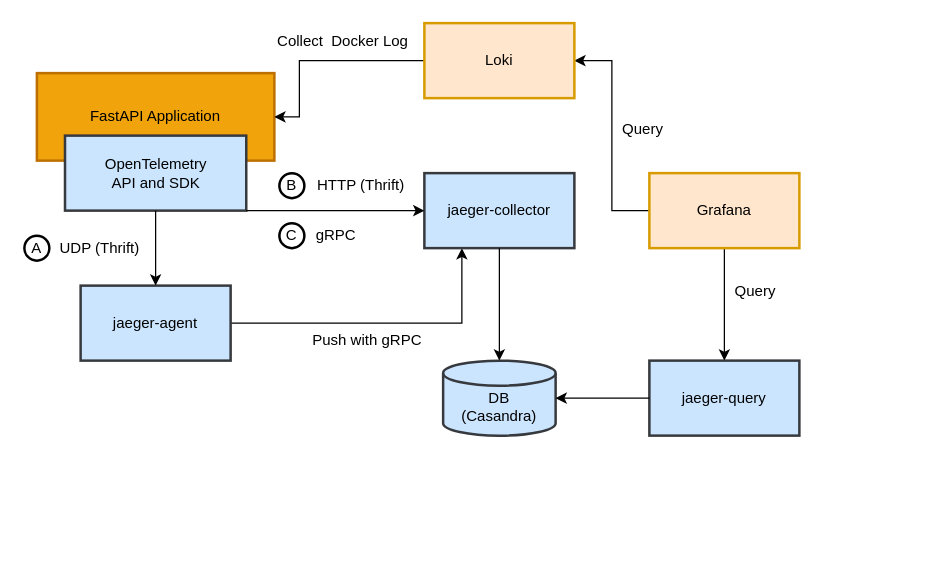
This is images/demo-arch-grafana.drawio from blueswen/fastapi-jaeger, a draw.io file, before an edit. Source tidied: cells renumbered, new cells numbered last; positions are measured from the earlier drawing's top-left corner, leaving out a move shared by most shapes. Both pictures are drawn from the tidied source at 125%, with x=0, y=0 at pixel (24, 22).
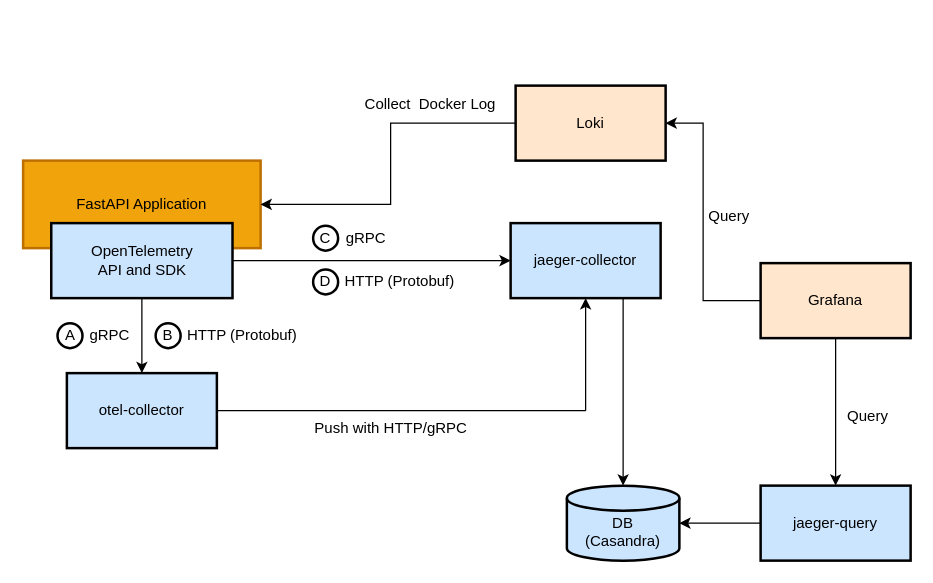
After the change.

The edit, as a diff of the source:
```diff
@@
-<mxGraphModel>
+<mxGraphModel background="#ffffff">
@@
     <mxCell id="2" value="FastAPI Application" style="rounded=0;whiteSpace=wrap;html=1;strokeWidth=2;fillColor=#f0a30a;fontColor=#000000;strokeColor=#BD7000;" parent="1" vertex="1">
-      <mxGeometry x="10" y="40" width="190" height="70" as="geometry" />
+      <mxGeometry x="-1" y="110" width="190" height="70" as="geometry" />
     </mxCell>
-    <mxCell id="3" value="OpenTelemetry&lt;br&gt;API and SDK" style="rounded=0;whiteSpace=wrap;html=1;strokeWidth=2;fillColor=#cce5ff;strokeColor=#36393d;" parent="1" vertex="1">
-      <mxGeometry x="32.5" y="90" width="145" height="60" as="geometry" />
+    <mxCell id="3" value="OpenTelemetry&lt;br&gt;API and SDK" style="rounded=0;whiteSpace=wrap;html=1;strokeWidth=2;fillColor=#cce5ff;strokeColor=#000000;fontColor=#000000;" parent="1" vertex="1">
+      <mxGeometry x="21.5" y="160" width="145" height="60" as="geometry" />
     </mxCell>
-    <mxCell id="4" style="edgeStyle=orthogonalEdgeStyle;rounded=0;jettySize=auto;html=1;exitX=1;exitY=0.5;exitDx=0;exitDy=0;entryX=0.25;entryY=1;entryDx=0;entryDy=0;" parent="1" edge="1" source="5" target="6">
-      <mxGeometry relative="1" as="geometry" />
-    </mxCell>
-    <mxCell id="5" value="jaeger-agent" style="rounded=0;whiteSpace=wrap;html=1;strokeWidth=2;fillColor=#cce5ff;strokeColor=#36393d;" parent="1" vertex="1">
-      <mxGeometry x="45" y="210" width="120" height="60" as="geometry" />
-    </mxCell>
+    <mxCell id="28" value="otel-collector" style="rounded=0;whiteSpace=wrap;html=1;strokeWidth=2;fillColor=#cce5ff;strokeColor=#000000;fontColor=#000000;" parent="1" vertex="1">
+      <mxGeometry x="34" y="280" width="120" height="60" as="geometry" />
+    </mxCell>
-    <mxCell id="6" value="jaeger-collector" style="rounded=0;whiteSpace=wrap;html=1;strokeWidth=2;fillColor=#cce5ff;strokeColor=#36393d;" parent="1" vertex="1">
-      <mxGeometry x="320" y="120" width="120" height="60" as="geometry" />
+    <mxCell id="6" value="jaeger-collector" style="rounded=0;whiteSpace=wrap;html=1;strokeWidth=2;fillColor=#cce5ff;strokeColor=#000000;fontColor=#000000;" parent="1" vertex="1">
+      <mxGeometry x="389" y="160" width="120" height="60" as="geometry" />
     </mxCell>
-    <mxCell id="7" value="&lt;br&gt;DB&lt;br&gt;(Casandra)" style="strokeWidth=2;html=1;shape=mxgraph.flowchart.database;whiteSpace=wrap;fillColor=#cce5ff;strokeColor=#36393d;" parent="1" vertex="1">
-      <mxGeometry x="335" y="270" width="90" height="60" as="geometry" />
+    <mxCell id="7" value="&lt;br&gt;DB&lt;br&gt;(Casandra)" style="strokeWidth=2;html=1;shape=mxgraph.flowchart.database;whiteSpace=wrap;fillColor=#cce5ff;strokeColor=#000000;fontColor=#000000;" parent="1" vertex="1">
+      <mxGeometry x="434" y="370" width="90" height="60" as="geometry" />
     </mxCell>
-    <mxCell id="8" value="jaeger-query" style="rounded=0;whiteSpace=wrap;html=1;strokeWidth=2;fillColor=#cce5ff;strokeColor=#36393d;" parent="1" vertex="1">
-      <mxGeometry x="500" y="270" width="120" height="60" as="geometry" />
+    <mxCell id="8" value="jaeger-query" style="rounded=0;whiteSpace=wrap;html=1;strokeWidth=2;fillColor=#cce5ff;strokeColor=#000000;fontColor=#000000;" parent="1" vertex="1">
+      <mxGeometry x="589" y="370" width="120" height="60" as="geometry" />
     </mxCell>
-    <mxCell id="9" style="endArrow=classic;html=1;rounded=0;exitX=0.5;exitY=1;exitDx=0;exitDy=0;entryX=0.5;entryY=0;entryDx=0;entryDy=0;entryPerimeter=0;" parent="1" edge="1" source="6" target="7">
+    <mxCell id="9" style="endArrow=classic;html=1;rounded=0;exitX=0.75;exitY=1;exitDx=0;exitDy=0;entryX=0.5;entryY=0;entryDx=0;entryDy=0;entryPerimeter=0;fontColor=#000000;strokeColor=#000000;" parent="1" edge="1" source="6" target="7">
       <mxGeometry relative="1" as="geometry" />
     </mxCell>
-    <mxCell id="10" style="endArrow=none;html=1;rounded=0;exitX=1;exitY=0.5;exitDx=0;exitDy=0;exitPerimeter=0;entryX=0;entryY=0.5;entryDx=0;entryDy=0;startArrow=classic;startFill=1;endFill=0;" parent="1" edge="1" source="7" target="8">
+    <mxCell id="10" style="endArrow=none;html=1;rounded=0;exitX=1;exitY=0.5;exitDx=0;exitDy=0;exitPerimeter=0;entryX=0;entryY=0.5;entryDx=0;entryDy=0;startArrow=classic;startFill=1;endFill=0;fontColor=#000000;strokeColor=#000000;" parent="1" edge="1" source="7" target="8">
       <mxGeometry relative="1" as="geometry" />
     </mxCell>
-    <mxCell id="11" style="endArrow=classic;html=1;rounded=0;exitX=0.5;exitY=1;exitDx=0;exitDy=0;entryX=0.5;entryY=0;entryDx=0;entryDy=0;" parent="1" edge="1" source="3" target="5">
-      <mxGeometry relative="1" as="geometry">
-        <Array as="points">
-          <mxPoint x="105" y="200" />
-        </Array>
-      </mxGeometry>
-    </mxCell>
+    <mxCell id="29" style="endArrow=classic;html=1;rounded=0;entryX=0.5;entryY=1;entryDx=0;entryDy=0;fontColor=#000000;strokeColor=#000000;" parent="1" edge="1" target="6">
+      <mxGeometry relative="1" as="geometry">
+        <mxPoint x="449" y="310" as="sourcePoint" />
+      </mxGeometry>
+    </mxCell>
+    <mxCell id="30" style="endArrow=none;html=1;rounded=0;entryX=1;entryY=0.5;entryDx=0;entryDy=0;fontColor=#000000;strokeColor=#000000;" parent="1" edge="1" target="28">
+      <mxGeometry relative="1" as="geometry">
+        <mxPoint x="449" y="310" as="sourcePoint" />
+      </mxGeometry>
+    </mxCell>
+    <mxCell id="31" style="endArrow=classic;html=1;rounded=0;exitX=0.5;exitY=1;exitDx=0;exitDy=0;entryX=0.5;entryY=0;entryDx=0;entryDy=0;fontColor=#000000;strokeColor=#000000;" parent="1" edge="1" source="3" target="28">
+      <mxGeometry relative="1" as="geometry">
+        <Array as="points">
+          <mxPoint x="94" y="270" />
+        </Array>
+      </mxGeometry>
+    </mxCell>
-    <mxCell id="12" style="endArrow=classic;html=1;rounded=0;entryX=0;entryY=0.5;entryDx=0;entryDy=0;exitX=1;exitY=1;exitDx=0;exitDy=0;" parent="1" edge="1" source="3" target="6">
+    <mxCell id="12" style="endArrow=classic;html=1;rounded=0;entryX=0;entryY=0.5;entryDx=0;entryDy=0;exitX=1;exitY=0.5;exitDx=0;exitDy=0;fontColor=#000000;strokeColor=#000000;" parent="1" edge="1" source="3" target="6">
       <mxGeometry relative="1" as="geometry" />
     </mxCell>
-    <mxCell id="13" value="UDP (Thrift)" style="text;html=1;align=center;verticalAlign=middle;fillColor=none;strokeColor=none;rounded=0;" parent="1" vertex="1">
-      <mxGeometry x="20" y="170" width="80" height="20" as="geometry" />
-    </mxCell>
-    <mxCell id="14" value="HTTP (Thrift)" style="text;html=1;align=center;verticalAlign=middle;fillColor=none;strokeColor=none;rounded=0;" parent="1" vertex="1">
-      <mxGeometry x="224" y="120" width="90" height="20" as="geometry" />
-    </mxCell>
-    <mxCell id="15" value="Push with gRPC" style="text;html=1;align=center;verticalAlign=middle;fillColor=none;strokeColor=none;rounded=0;" parent="1" vertex="1">
-      <mxGeometry x="224" y="244" width="100" height="20" as="geometry" />
-    </mxCell>
+    <mxCell id="32" value="gRPC" style="text;html=1;align=center;verticalAlign=middle;fillColor=none;strokeColor=none;rounded=0;fontColor=#000000;" parent="1" vertex="1">
+      <mxGeometry x="38" y="235" width="60" height="30" as="geometry" />
+    </mxCell>
+    <mxCell id="33" value="HTTP (Protobuf)" style="text;html=1;align=center;verticalAlign=middle;fillColor=none;strokeColor=none;rounded=0;fontColor=#000000;" parent="1" vertex="1">
+      <mxGeometry x="245" y="192" width="110" height="30" as="geometry" />
+    </mxCell>
+    <mxCell id="34" value="Push with HTTP/gRPC" style="text;html=1;align=center;verticalAlign=middle;fillColor=none;strokeColor=none;rounded=0;fontColor=#000000;" parent="1" vertex="1">
+      <mxGeometry x="218" y="309" width="150" height="30" as="geometry" />
+    </mxCell>
-    <mxCell id="16" value="A" style="ellipse;whiteSpace=wrap;html=1;strokeWidth=2;" parent="1" vertex="1">
-      <mxGeometry y="170" width="20" height="20" as="geometry" />
+    <mxCell id="16" value="A" style="ellipse;whiteSpace=wrap;html=1;strokeWidth=2;fontColor=#000000;strokeColor=#000000;fillColor=#FFFFFF;" parent="1" vertex="1">
+      <mxGeometry x="26.5" y="240" width="20" height="20" as="geometry" />
     </mxCell>
+    <mxCell id="35" value="D" style="ellipse;whiteSpace=wrap;html=1;strokeWidth=2;fontColor=#000000;strokeColor=#000000;fillColor=#FFFFFF;" parent="1" vertex="1">
+      <mxGeometry x="231" y="197" width="20" height="20" as="geometry" />
+    </mxCell>
+    <mxCell id="18" value="C" style="ellipse;whiteSpace=wrap;html=1;strokeWidth=2;fontColor=#000000;strokeColor=#000000;fillColor=#FFFFFF;" parent="1" vertex="1">
+      <mxGeometry x="231" y="162" width="20" height="20" as="geometry" />
+    </mxCell>
+    <mxCell id="36" value="gRPC" style="text;html=1;align=center;verticalAlign=middle;fillColor=none;strokeColor=none;rounded=0;fontColor=#000000;" parent="1" vertex="1">
+      <mxGeometry x="248" y="162" width="50" height="20" as="geometry" />
+    </mxCell>
+    <mxCell id="37" value="HTTP (Protobuf)" style="text;html=1;align=center;verticalAlign=middle;fillColor=none;strokeColor=none;rounded=0;fontColor=#000000;" parent="1" vertex="1">
+      <mxGeometry x="119" y="235" width="110" height="30" as="geometry" />
+    </mxCell>
-    <mxCell id="17" value="B" style="ellipse;whiteSpace=wrap;html=1;strokeWidth=2;" parent="1" vertex="1">
-      <mxGeometry x="204" y="120" width="20" height="20" as="geometry" />
+    <mxCell id="17" value="B" style="ellipse;whiteSpace=wrap;html=1;strokeWidth=2;fontColor=#000000;strokeColor=#000000;fillColor=#FFFFFF;" parent="1" vertex="1">
+      <mxGeometry x="105" y="240" width="20" height="20" as="geometry" />
     </mxCell>
-    <mxCell id="18" value="C" style="ellipse;whiteSpace=wrap;html=1;strokeWidth=2;" parent="1" vertex="1">
-      <mxGeometry x="204" y="160" width="20" height="20" as="geometry" />
-    </mxCell>
-    <mxCell id="19" value="gRPC" style="text;html=1;align=center;verticalAlign=middle;fillColor=none;strokeColor=none;rounded=0;" parent="1" vertex="1">
-      <mxGeometry x="224" y="160" width="50" height="20" as="geometry" />
-    </mxCell>
-    <mxCell id="20" style="edgeStyle=orthogonalEdgeStyle;rounded=0;jettySize=auto;html=1;exitX=0;exitY=0.5;exitDx=0;exitDy=0;entryX=1;entryY=0.5;entryDx=0;entryDy=0;" parent="1" edge="1" source="22" target="24">
+    <mxCell id="20" style="edgeStyle=orthogonalEdgeStyle;rounded=0;jettySize=auto;html=1;exitX=0;exitY=0.5;exitDx=0;exitDy=0;entryX=1;entryY=0.5;entryDx=0;entryDy=0;fontColor=#000000;strokeColor=#000000;" parent="1" edge="1" source="22" target="24">
       <mxGeometry relative="1" as="geometry">
         <Array as="points">
-          <mxPoint x="470" y="150" />
-          <mxPoint x="470" y="30" />
+          <mxPoint x="543" y="222" />
+          <mxPoint x="543" y="80" />
         </Array>
       </mxGeometry>
     </mxCell>
-    <mxCell id="21" style="edgeStyle=orthogonalEdgeStyle;rounded=0;jettySize=auto;html=1;exitX=0.5;exitY=1;exitDx=0;exitDy=0;entryX=0.5;entryY=0;entryDx=0;entryDy=0;" parent="1" edge="1" source="22" target="8">
+    <mxCell id="21" style="edgeStyle=orthogonalEdgeStyle;rounded=0;jettySize=auto;html=1;exitX=0.5;exitY=1;exitDx=0;exitDy=0;entryX=0.5;entryY=0;entryDx=0;entryDy=0;fontColor=#000000;strokeColor=#000000;" parent="1" edge="1" source="22" target="8">
       <mxGeometry relative="1" as="geometry" />
     </mxCell>
-    <mxCell id="22" value="Grafana" style="rounded=0;whiteSpace=wrap;html=1;fillColor=#ffe6cc;strokeColor=#d79b00;strokeWidth=2;" parent="1" vertex="1">
-      <mxGeometry x="500" y="120" width="120" height="60" as="geometry" />
+    <mxCell id="22" value="Grafana" style="rounded=0;whiteSpace=wrap;html=1;fillColor=#ffe6cc;strokeColor=#000000;strokeWidth=2;fontColor=#000000;" parent="1" vertex="1">
+      <mxGeometry x="589" y="192" width="120" height="60" as="geometry" />
     </mxCell>
-    <mxCell id="23" style="edgeStyle=orthogonalEdgeStyle;rounded=0;jettySize=auto;html=1;exitX=0;exitY=0.5;exitDx=0;exitDy=0;entryX=1;entryY=0.5;entryDx=0;entryDy=0;" parent="1" edge="1" source="24" target="2">
+    <mxCell id="23" style="edgeStyle=orthogonalEdgeStyle;rounded=0;jettySize=auto;html=1;exitX=0;exitY=0.5;exitDx=0;exitDy=0;entryX=1;entryY=0.5;entryDx=0;entryDy=0;fontColor=#000000;strokeColor=#000000;" parent="1" edge="1" source="24" target="2">
       <mxGeometry relative="1" as="geometry">
         <Array as="points">
-          <mxPoint x="220" y="30" />
-          <mxPoint x="220" y="75" />
+          <mxPoint x="293" y="80" />
+          <mxPoint x="293" y="145" />
         </Array>
       </mxGeometry>
     </mxCell>
-    <mxCell id="24" value="Loki" style="rounded=0;whiteSpace=wrap;html=1;fillColor=#ffe6cc;strokeColor=#d79b00;strokeWidth=2;" parent="1" vertex="1">
-      <mxGeometry x="320" width="120" height="60" as="geometry" />
+    <mxCell id="24" value="Loki" style="rounded=0;whiteSpace=wrap;html=1;fillColor=#ffe6cc;strokeColor=#000000;strokeWidth=2;fontColor=#000000;" parent="1" vertex="1">
+      <mxGeometry x="393" y="50" width="120" height="60" as="geometry" />
     </mxCell>
-    <mxCell id="25" value="Collect&amp;nbsp; Docker Log" style="text;html=1;strokeColor=none;fillColor=none;align=center;verticalAlign=middle;whiteSpace=wrap;rounded=0;strokeWidth=2;" parent="1" vertex="1">
-      <mxGeometry x="200" width="110" height="30" as="geometry" />
+    <mxCell id="25" value="Collect&amp;nbsp; Docker Log" style="text;html=1;strokeColor=none;fillColor=none;align=center;verticalAlign=middle;whiteSpace=wrap;rounded=0;strokeWidth=2;fontColor=#000000;" parent="1" vertex="1">
+      <mxGeometry x="270" y="50" width="110" height="30" as="geometry" />
     </mxCell>
-    <mxCell id="26" value="Query" style="text;html=1;strokeColor=none;fillColor=none;align=center;verticalAlign=middle;whiteSpace=wrap;rounded=0;strokeWidth=2;" parent="1" vertex="1">
-      <mxGeometry x="470" y="70" width="50" height="30" as="geometry" />
-    </mxCell>
-    <mxCell id="27" value="Query" style="text;html=1;strokeColor=none;fillColor=none;align=center;verticalAlign=middle;whiteSpace=wrap;rounded=0;strokeWidth=2;" parent="1" vertex="1">
-      <mxGeometry x="560" y="200" width="50" height="30" as="geometry" />
-    </mxCell>
+    <mxCell id="38" value="Query" style="text;html=1;strokeColor=none;fillColor=none;align=center;verticalAlign=middle;whiteSpace=wrap;rounded=0;strokeWidth=2;fontColor=#000000;" parent="1" vertex="1">
+      <mxGeometry x="539" y="140" width="50" height="30" as="geometry" />
+    </mxCell>
+    <mxCell id="39" value="Query" style="text;html=1;strokeColor=none;fillColor=none;align=center;verticalAlign=middle;whiteSpace=wrap;rounded=0;strokeWidth=2;fontColor=#000000;" parent="1" vertex="1">
+      <mxGeometry x="650" y="300" width="50" height="30" as="geometry" />
+    </mxCell>
```
